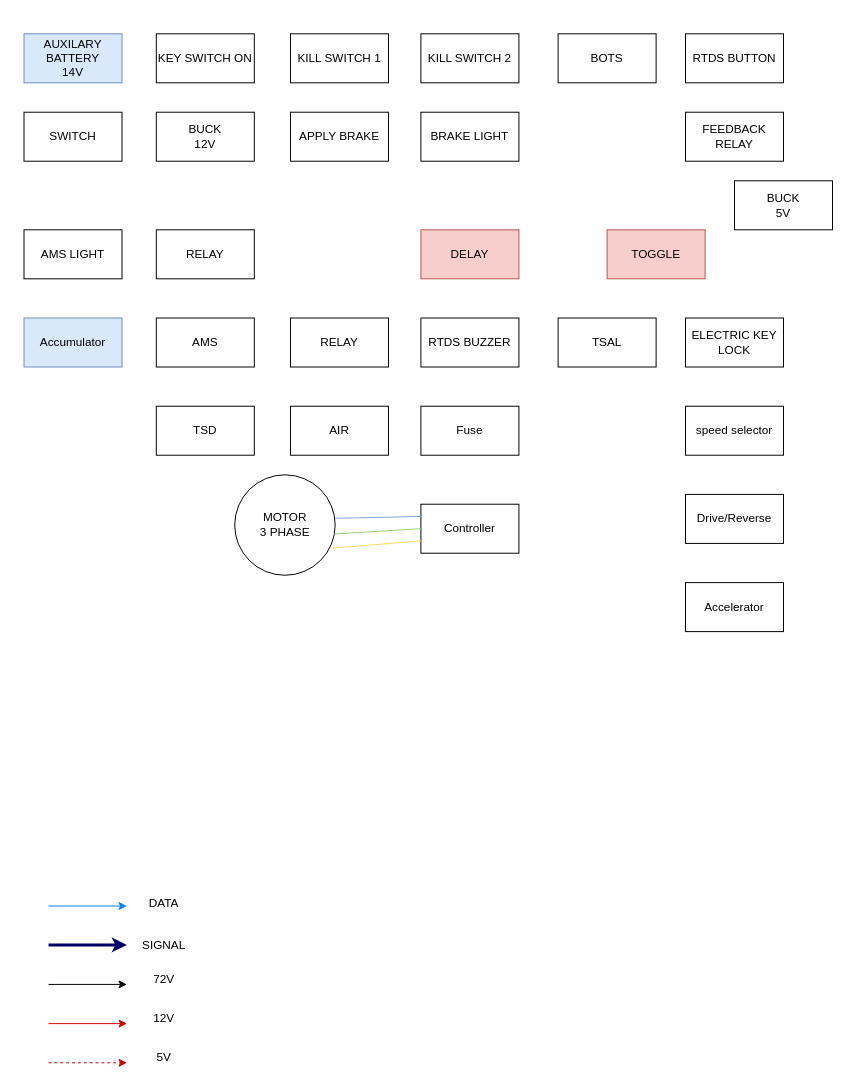
George262004/GKDC keeps this draw.io diagram as Untitled Diagram.drawio. Above is the earlier version. Source tidied: cells renumbered, new cells numbered last; positions are measured from the earlier drawing's top-left corner, leaving out a move shared by most shapes. Both pictures are drawn from the tidied source at 98%, with x=0, y=0 at pixel (24, 33).
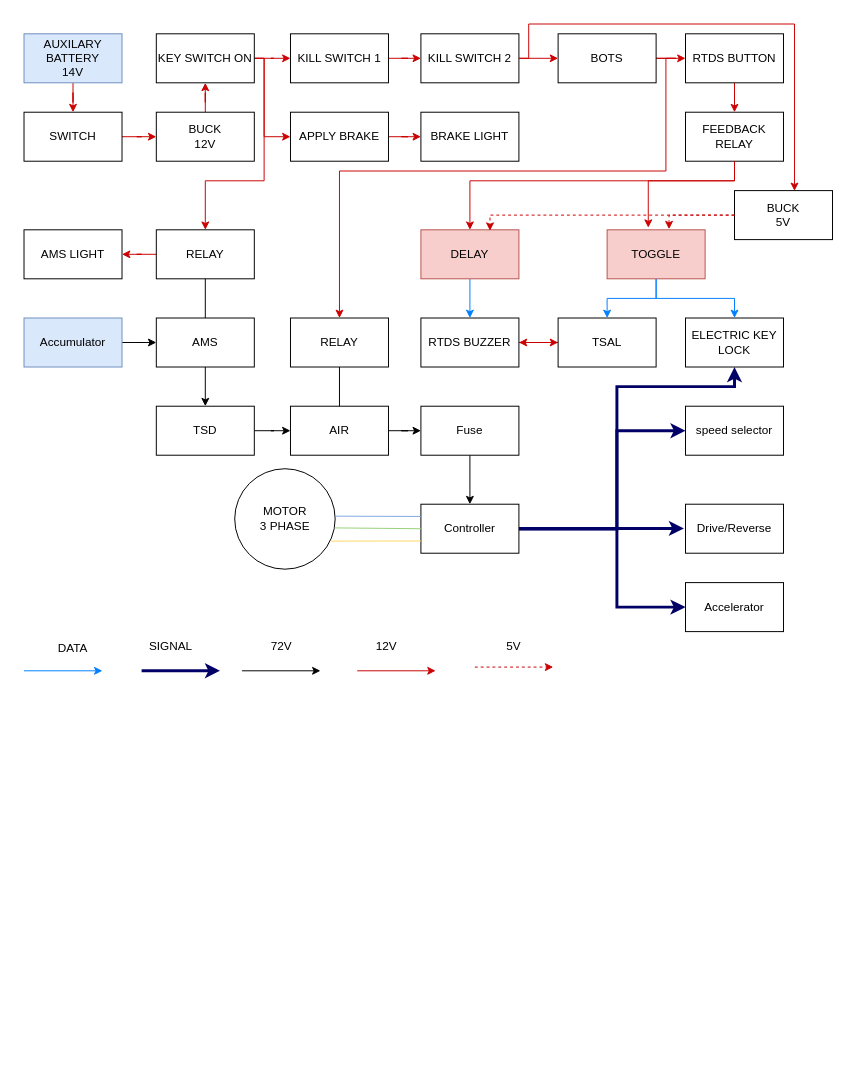
The same page after the edit.

The change refers to these unchanged cells:
```xml
<mxCell id="2" value="AUXILARY BATTERY&lt;br&gt;14V" style="rounded=0;whiteSpace=wrap;html=1;fillColor=#dae8fc;strokeColor=#6c8ebf;" parent="1" vertex="1">
<mxCell id="3" value="BRAKE LIGHT" style="rounded=0;whiteSpace=wrap;html=1;" parent="1" vertex="1">
<mxCell id="4" value="KILL SWITCH 1" style="rounded=0;whiteSpace=wrap;html=1;" parent="1" vertex="1">
<mxCell id="5" value="KILL SWITCH 2" style="rounded=0;whiteSpace=wrap;html=1;" parent="1" vertex="1">
<mxCell id="6" value="BOTS" style="rounded=0;whiteSpace=wrap;html=1;" parent="1" vertex="1">
<mxCell id="7" value="BUCK&lt;br&gt;12V" style="rounded=0;whiteSpace=wrap;html=1;" parent="1" vertex="1">
<mxCell id="8" value="RTDS BUTTON" style="rounded=0;whiteSpace=wrap;html=1;" parent="1" vertex="1">
<mxCell id="9" value="Accumulator" style="rounded=0;whiteSpace=wrap;html=1;fillColor=#dae8fc;strokeColor=#6c8ebf;" parent="1" vertex="1">
<mxCell id="10" value="AIR" style="rounded=0;whiteSpace=wrap;html=1;" parent="1" vertex="1">
<mxCell id="11" value="Fuse" style="rounded=0;whiteSpace=wrap;html=1;" parent="1" vertex="1">
<mxCell id="12" value="Controller" style="rounded=0;whiteSpace=wrap;html=1;" parent="1" vertex="1">
<mxCell id="13" value="Accelerator" style="rounded=0;whiteSpace=wrap;html=1;" parent="1" vertex="1">
<mxCell id="15" value="speed selector" style="rounded=0;whiteSpace=wrap;html=1;" parent="1" vertex="1">
<mxCell id="16" value="SWITCH&lt;br&gt;" style="rounded=0;whiteSpace=wrap;html=1;" parent="1" vertex="1">
<mxCell id="17" value="KEY SWITCH ON" style="rounded=0;whiteSpace=wrap;html=1;" parent="1" vertex="1">
<mxCell id="18" value="APPLY BRAKE" style="rounded=0;whiteSpace=wrap;html=1;" parent="1" vertex="1">
<mxCell id="19" value="FEEDBACK RELAY" style="rounded=0;whiteSpace=wrap;html=1;" parent="1" vertex="1">
<mxCell id="21" value="DELAY" style="rounded=0;whiteSpace=wrap;html=1;fillColor=#f8cecc;strokeColor=#b85450;" parent="1" vertex="1">
<mxCell id="22" value="TOGGLE" style="rounded=0;whiteSpace=wrap;html=1;fillColor=#f8cecc;strokeColor=#b85450;" parent="1" vertex="1">
<mxCell id="23" value="RTDS BUZZER" style="rounded=0;whiteSpace=wrap;html=1;" parent="1" vertex="1">
<mxCell id="24" value="TSAL" style="rounded=0;whiteSpace=wrap;html=1;" parent="1" vertex="1">
<mxCell id="25" value="ELECTRIC KEY LOCK" style="rounded=0;whiteSpace=wrap;html=1;" parent="1" vertex="1">
<mxCell id="26" value="AMS" style="rounded=0;whiteSpace=wrap;html=1;" parent="1" vertex="1">
<mxCell id="27" value="TSD" style="rounded=0;whiteSpace=wrap;html=1;" parent="1" vertex="1">
<mxCell id="28" value="RELAY" style="rounded=0;whiteSpace=wrap;html=1;" parent="1" vertex="1">
<mxCell id="29" value="AMS LIGHT" style="rounded=0;whiteSpace=wrap;html=1;" parent="1" vertex="1">
<mxCell id="30" value="RELAY" style="rounded=0;whiteSpace=wrap;html=1;" parent="1" vertex="1">
```

Change to the diagram source:
```diff
@@
+    <mxCell id="45" style="edgeStyle=orthogonalEdgeStyle;rounded=0;jettySize=auto;html=1;strokeColor=#CC0000;" parent="1" edge="1" source="2" target="16">
+      <mxGeometry relative="1" as="geometry" />
+    </mxCell>
@@
+    <mxCell id="46" style="edgeStyle=orthogonalEdgeStyle;rounded=0;jettySize=auto;html=1;strokeColor=#CC0000;" parent="1" edge="1" source="4" target="5">
+      <mxGeometry relative="1" as="geometry" />
+    </mxCell>
@@
+    <mxCell id="47" style="edgeStyle=orthogonalEdgeStyle;rounded=0;jettySize=auto;html=1;strokeColor=#CC0000;" parent="1" edge="1" source="5" target="6">
+      <mxGeometry relative="1" as="geometry" />
+    </mxCell>
@@
+    <mxCell id="48" style="edgeStyle=orthogonalEdgeStyle;rounded=0;jettySize=auto;html=1;strokeColor=#CC0000;" parent="1" edge="1" source="6" target="8">
+      <mxGeometry relative="1" as="geometry" />
+    </mxCell>
+    <mxCell id="49" style="edgeStyle=orthogonalEdgeStyle;rounded=0;jettySize=auto;html=1;entryX=0.5;entryY=0;entryDx=0;entryDy=0;strokeColor=#CC0000;" parent="1" edge="1" source="6" target="30">
+      <mxGeometry relative="1" as="geometry">
+        <Array as="points">
+          <mxPoint x="655" y="25" />
+          <mxPoint x="655" y="140" />
+          <mxPoint x="322" y="140" />
+        </Array>
+      </mxGeometry>
+    </mxCell>
@@
+    <mxCell id="50" style="edgeStyle=orthogonalEdgeStyle;rounded=0;jettySize=auto;html=1;strokeColor=#CC0000;" parent="1" edge="1" source="7" target="17">
+      <mxGeometry relative="1" as="geometry" />
+    </mxCell>
@@
+    <mxCell id="51" style="edgeStyle=orthogonalEdgeStyle;rounded=0;jettySize=auto;html=1;strokeColor=#CC0000;" parent="1" edge="1" source="8" target="19">
+      <mxGeometry relative="1" as="geometry" />
+    </mxCell>
@@
+    <mxCell id="52" style="edgeStyle=orthogonalEdgeStyle;rounded=0;jettySize=auto;html=1;" parent="1" edge="1" source="9" target="26">
+      <mxGeometry relative="1" as="geometry" />
+    </mxCell>
@@
+    <mxCell id="53" style="edgeStyle=orthogonalEdgeStyle;rounded=0;jettySize=auto;html=1;" parent="1" edge="1" source="10" target="11">
+      <mxGeometry relative="1" as="geometry" />
+    </mxCell>
@@
+    <mxCell id="54" style="edgeStyle=orthogonalEdgeStyle;rounded=0;jettySize=auto;html=1;" parent="1" edge="1" source="11" target="12">
+      <mxGeometry relative="1" as="geometry" />
+    </mxCell>
@@
+    <mxCell id="55" style="edgeStyle=orthogonalEdgeStyle;rounded=0;jettySize=auto;html=1;entryX=0.5;entryY=1;entryDx=0;entryDy=0;strokeWidth=3;strokeColor=#000066;" parent="1" edge="1" source="12" target="25">
+      <mxGeometry relative="1" as="geometry">
+        <Array as="points">
+          <mxPoint x="605" y="505" />
+          <mxPoint x="605" y="360" />
+          <mxPoint x="725" y="360" />
+        </Array>
+      </mxGeometry>
+    </mxCell>
+    <mxCell id="56" style="edgeStyle=orthogonalEdgeStyle;rounded=0;jettySize=auto;html=1;entryX=0;entryY=0.5;entryDx=0;entryDy=0;strokeWidth=3;strokeColor=#000066;" parent="1" edge="1" source="12" target="15">
+      <mxGeometry relative="1" as="geometry">
+        <Array as="points">
+          <mxPoint x="605" y="505" />
+          <mxPoint x="605" y="405" />
+        </Array>
+      </mxGeometry>
+    </mxCell>
+    <mxCell id="57" style="edgeStyle=orthogonalEdgeStyle;rounded=0;jettySize=auto;html=1;entryX=0;entryY=0.5;entryDx=0;entryDy=0;strokeWidth=3;strokeColor=#000066;" parent="1" edge="1" source="12" target="13">
+      <mxGeometry relative="1" as="geometry">
+        <Array as="points">
+          <mxPoint x="605" y="505" />
+          <mxPoint x="605" y="585" />
+        </Array>
+      </mxGeometry>
+    </mxCell>
@@
     <mxCell id="14" value="Drive/Reverse" style="rounded=0;whiteSpace=wrap;html=1;" parent="1" vertex="1">
-      <mxGeometry x="675" y="470" width="100" height="50" as="geometry" />
+      <mxGeometry x="675" y="480" width="100" height="50" as="geometry" />
     </mxCell>
@@
+    <mxCell id="58" style="edgeStyle=orthogonalEdgeStyle;rounded=0;jettySize=auto;html=1;strokeColor=#CC0000;" parent="1" edge="1" source="16" target="7">
+      <mxGeometry relative="1" as="geometry" />
+    </mxCell>
@@
+    <mxCell id="59" style="edgeStyle=orthogonalEdgeStyle;rounded=0;jettySize=auto;html=1;strokeColor=#CC0000;" parent="1" edge="1" source="17" target="4">
+      <mxGeometry relative="1" as="geometry" />
+    </mxCell>
+    <mxCell id="60" style="edgeStyle=orthogonalEdgeStyle;rounded=0;jettySize=auto;html=1;entryX=0;entryY=0.5;entryDx=0;entryDy=0;strokeColor=#CC0000;" parent="1" edge="1" source="17" target="18">
+      <mxGeometry relative="1" as="geometry">
+        <Array as="points">
+          <mxPoint x="245" y="25" />
+          <mxPoint x="245" y="105" />
+        </Array>
+      </mxGeometry>
+    </mxCell>
+    <mxCell id="61" style="edgeStyle=orthogonalEdgeStyle;rounded=0;jettySize=auto;html=1;entryX=0.5;entryY=0;entryDx=0;entryDy=0;strokeColor=#CC0000;" parent="1" edge="1" source="17" target="28">
+      <mxGeometry relative="1" as="geometry">
+        <Array as="points">
+          <mxPoint x="245" y="25" />
+          <mxPoint x="245" y="150" />
+          <mxPoint x="185" y="150" />
+        </Array>
+      </mxGeometry>
+    </mxCell>
@@
+    <mxCell id="62" style="edgeStyle=orthogonalEdgeStyle;rounded=0;jettySize=auto;html=1;strokeColor=#CC0000;" parent="1" edge="1" source="18" target="3">
+      <mxGeometry relative="1" as="geometry" />
+    </mxCell>
@@
+    <mxCell id="63" style="edgeStyle=orthogonalEdgeStyle;rounded=0;jettySize=auto;html=1;entryX=0.5;entryY=0;entryDx=0;entryDy=0;strokeColor=#CC0000;" parent="1" edge="1" source="19" target="21">
+      <mxGeometry relative="1" as="geometry">
+        <Array as="points">
+          <mxPoint x="725" y="150" />
+          <mxPoint x="455" y="150" />
+        </Array>
+      </mxGeometry>
+    </mxCell>
@@
     <mxCell id="20" value="BUCK&lt;br&gt;5V" style="rounded=0;whiteSpace=wrap;html=1;" parent="1" vertex="1">
-      <mxGeometry x="725" y="150" width="100" height="50" as="geometry" />
+      <mxGeometry x="725" y="160" width="100" height="50" as="geometry" />
     </mxCell>
+    <mxCell id="64" style="edgeStyle=orthogonalEdgeStyle;rounded=0;jettySize=auto;html=1;strokeColor=#007FFF;" parent="1" edge="1" source="21" target="23">
+      <mxGeometry relative="1" as="geometry" />
+    </mxCell>
@@
+    <mxCell id="65" style="edgeStyle=orthogonalEdgeStyle;rounded=0;jettySize=auto;html=1;entryX=0.5;entryY=0;entryDx=0;entryDy=0;strokeColor=#007FFF;" parent="1" edge="1" source="22" target="24">
+      <mxGeometry relative="1" as="geometry" />
+    </mxCell>
+    <mxCell id="66" style="edgeStyle=orthogonalEdgeStyle;rounded=0;jettySize=auto;html=1;entryX=0.5;entryY=0;entryDx=0;entryDy=0;strokeColor=#007FFF;" parent="1" edge="1" source="22" target="25">
+      <mxGeometry relative="1" as="geometry" />
+    </mxCell>
@@
+    <mxCell id="67" style="edgeStyle=orthogonalEdgeStyle;rounded=0;jettySize=auto;html=1;entryX=0;entryY=0.5;entryDx=0;entryDy=0;strokeColor=#CC0000;" parent="1" edge="1" source="23" target="24">
+      <mxGeometry relative="1" as="geometry" />
+    </mxCell>
@@
+    <mxCell id="68" style="edgeStyle=orthogonalEdgeStyle;rounded=0;jettySize=auto;html=1;strokeColor=#CC0000;" parent="1" edge="1" source="24" target="23">
+      <mxGeometry relative="1" as="geometry" />
+    </mxCell>
@@
+    <mxCell id="69" style="edgeStyle=orthogonalEdgeStyle;rounded=0;jettySize=auto;html=1;" parent="1" edge="1" source="26" target="27">
+      <mxGeometry relative="1" as="geometry" />
+    </mxCell>
@@
+    <mxCell id="70" style="edgeStyle=orthogonalEdgeStyle;rounded=0;jettySize=auto;html=1;entryX=0;entryY=0.5;entryDx=0;entryDy=0;" parent="1" edge="1" source="27" target="10">
+      <mxGeometry relative="1" as="geometry" />
+    </mxCell>
@@
+    <mxCell id="71" style="edgeStyle=orthogonalEdgeStyle;rounded=0;jettySize=auto;html=1;strokeColor=#CC0000;" parent="1" edge="1" source="28" target="29">
+      <mxGeometry relative="1" as="geometry" />
+    </mxCell>
@@
     <mxCell id="31" value="MOTOR&lt;br&gt;3 PHASE" style="ellipse;whiteSpace=wrap;html=1;" parent="1" vertex="1">
-      <mxGeometry x="215" y="450" width="102.5" height="102.5" as="geometry" />
+      <mxGeometry x="215" y="443.8" width="102.5" height="102.5" as="geometry" />
     </mxCell>
-    <mxCell id="32" style="endArrow=none;html=1;rounded=0;entryX=0;entryY=0.25;entryDx=0;entryDy=0;exitX=1.002;exitY=0.433;exitDx=0;exitDy=0;exitPerimeter=0;strokeColor=#7EA6E0;" parent="1" edge="1" source="31" target="12">
+    <mxCell id="32" style="endArrow=none;html=1;rounded=0;entryX=0;entryY=0.25;entryDx=0;entryDy=0;strokeColor=#7EA6E0;exitX=1;exitY=0.472;exitDx=0;exitDy=0;exitPerimeter=0;" parent="1" edge="1" source="31" target="12">
       <mxGeometry relative="1" as="geometry" />
     </mxCell>
@@
-    <mxCell id="34" style="endArrow=none;html=1;rounded=0;exitX=0.956;exitY=0.731;exitDx=0;exitDy=0;exitPerimeter=0;entryX=0;entryY=0.75;entryDx=0;entryDy=0;strokeColor=#FFD966;" parent="1" edge="1" source="31" target="12">
+    <mxCell id="34" style="endArrow=none;html=1;rounded=0;exitX=0.958;exitY=0.721;exitDx=0;exitDy=0;exitPerimeter=0;entryX=0;entryY=0.75;entryDx=0;entryDy=0;strokeColor=#FFD966;" parent="1" edge="1" source="31" target="12">
       <mxGeometry relative="1" as="geometry" />
     </mxCell>
     <mxCell id="35" style="endArrow=classic;html=1;rounded=0;strokeColor=#007FFF;" parent="1" edge="1">
       <mxGeometry relative="1" as="geometry">
-        <mxPoint x="25" y="890" as="sourcePoint" />
-        <mxPoint x="105" y="890" as="targetPoint" />
+        <mxPoint y="650" as="sourcePoint" />
+        <mxPoint x="80" y="650" as="targetPoint" />
       </mxGeometry>
     </mxCell>
     <mxCell id="36" style="endArrow=classic;html=1;rounded=0;strokeColor=#000066;strokeWidth=3;" parent="1" edge="1">
       <mxGeometry relative="1" as="geometry">
-        <mxPoint x="25" y="929.7" as="sourcePoint" />
-        <mxPoint x="105" y="929.7" as="targetPoint" />
+        <mxPoint x="120" y="650" as="sourcePoint" />
+        <mxPoint x="200" y="650" as="targetPoint" />
       </mxGeometry>
     </mxCell>
     <mxCell id="37" style="endArrow=classic;html=1;rounded=0;" parent="1" edge="1">
       <mxGeometry relative="1" as="geometry">
-        <mxPoint x="25" y="970" as="sourcePoint" />
-        <mxPoint x="105" y="970" as="targetPoint" />
+        <mxPoint x="222.5" y="650" as="sourcePoint" />
+        <mxPoint x="302.5" y="650" as="targetPoint" />
       </mxGeometry>
     </mxCell>
     <mxCell id="38" style="endArrow=classic;html=1;rounded=0;strokeColor=#CC0000;" parent="1" edge="1">
       <mxGeometry relative="1" as="geometry">
-        <mxPoint x="25" y="1010" as="sourcePoint" />
-        <mxPoint x="105" y="1010" as="targetPoint" />
+        <mxPoint x="340" y="650" as="sourcePoint" />
+        <mxPoint x="420" y="650" as="targetPoint" />
       </mxGeometry>
     </mxCell>
     <mxCell id="39" style="endArrow=classic;html=1;rounded=0;strokeColor=#CC0000;dashed=1;" parent="1" edge="1">
       <mxGeometry relative="1" as="geometry">
-        <mxPoint x="25" y="1050" as="sourcePoint" />
-        <mxPoint x="105" y="1050" as="targetPoint" />
+        <mxPoint x="460" y="646.2" as="sourcePoint" />
+        <mxPoint x="540" y="646.2" as="targetPoint" />
       </mxGeometry>
     </mxCell>
     <mxCell id="40" value="DATA" style="text;strokeColor=none;align=center;fillColor=none;html=1;verticalAlign=middle;whiteSpace=wrap;rounded=0;" parent="1" vertex="1">
-      <mxGeometry x="102.5" y="870" width="80" height="33.8" as="geometry" />
+      <mxGeometry x="10" y="610" width="80" height="33.8" as="geometry" />
     </mxCell>
     <mxCell id="41" value="SIGNAL" style="text;strokeColor=none;align=center;fillColor=none;html=1;verticalAlign=middle;whiteSpace=wrap;rounded=0;" parent="1" vertex="1">
-      <mxGeometry x="112.5" y="915" width="60" height="30" as="geometry" />
+      <mxGeometry x="120" y="610" width="60" height="30" as="geometry" />
     </mxCell>
     <mxCell id="42" value="72V" style="text;strokeColor=none;align=center;fillColor=none;html=1;verticalAlign=middle;whiteSpace=wrap;rounded=0;" parent="1" vertex="1">
-      <mxGeometry x="112.5" y="950" width="60" height="30" as="geometry" />
+      <mxGeometry x="232.5" y="610" width="60" height="30" as="geometry" />
     </mxCell>
     <mxCell id="43" value="12V" style="text;strokeColor=none;align=center;fillColor=none;html=1;verticalAlign=middle;whiteSpace=wrap;rounded=0;" parent="1" vertex="1">
-      <mxGeometry x="112.5" y="990" width="60" height="30" as="geometry" />
+      <mxGeometry x="340" y="610" width="60" height="30" as="geometry" />
     </mxCell>
     <mxCell id="44" value="5V" style="text;strokeColor=none;align=center;fillColor=none;html=1;verticalAlign=middle;whiteSpace=wrap;rounded=0;" parent="1" vertex="1">
-      <mxGeometry x="112.5" y="1030" width="60" height="30" as="geometry" />
+      <mxGeometry x="470" y="610" width="60" height="30" as="geometry" />
     </mxCell>
+    <mxCell id="72" style="edgeStyle=orthogonalEdgeStyle;rounded=0;jettySize=auto;html=1;entryX=0.612;entryY=0.007;entryDx=0;entryDy=0;entryPerimeter=0;strokeColor=#CC0000;" parent="1" edge="1" source="5" target="20">
+      <mxGeometry relative="1" as="geometry">
+        <Array as="points">
+          <mxPoint x="515" y="25" />
+          <mxPoint x="515" y="-10" />
+          <mxPoint x="786" y="-10" />
+        </Array>
+      </mxGeometry>
+    </mxCell>
+    <mxCell id="73" style="edgeStyle=orthogonalEdgeStyle;rounded=0;jettySize=auto;html=1;entryX=0.42;entryY=-0.043;entryDx=0;entryDy=0;entryPerimeter=0;strokeColor=#CC0000;" parent="1" edge="1" source="19" target="22">
+      <mxGeometry relative="1" as="geometry">
+        <Array as="points">
+          <mxPoint x="725" y="150" />
+          <mxPoint x="637" y="150" />
+        </Array>
+      </mxGeometry>
+    </mxCell>
+    <mxCell id="74" style="edgeStyle=orthogonalEdgeStyle;rounded=0;jettySize=auto;html=1;entryX=0.705;entryY=0.019;entryDx=0;entryDy=0;entryPerimeter=0;strokeColor=#CC0000;dashed=1;" parent="1" edge="1" source="20" target="21">
+      <mxGeometry relative="1" as="geometry">
+        <Array as="points">
+          <mxPoint x="475" y="185" />
+        </Array>
+      </mxGeometry>
+    </mxCell>
+    <mxCell id="75" style="edgeStyle=orthogonalEdgeStyle;rounded=0;jettySize=auto;html=1;entryX=0.632;entryY=-0.012;entryDx=0;entryDy=0;entryPerimeter=0;dashed=1;strokeColor=#CC0000;" parent="1" edge="1" source="20" target="22">
+      <mxGeometry relative="1" as="geometry">
+        <Array as="points">
+          <mxPoint x="658" y="185" />
+        </Array>
+      </mxGeometry>
+    </mxCell>
+    <mxCell id="76" style="endArrow=none;html=1;rounded=0;entryX=0.5;entryY=1;entryDx=0;entryDy=0;exitX=0.5;exitY=0;exitDx=0;exitDy=0;" parent="1" edge="1" source="26" target="28">
+      <mxGeometry relative="1" as="geometry" />
+    </mxCell>
+    <mxCell id="77" style="endArrow=none;html=1;rounded=0;exitX=0.5;exitY=1;exitDx=0;exitDy=0;entryX=0.5;entryY=0;entryDx=0;entryDy=0;" parent="1" edge="1" source="30" target="10">
+      <mxGeometry relative="1" as="geometry" />
+    </mxCell>
+    <mxCell id="78" style="edgeStyle=orthogonalEdgeStyle;rounded=0;jettySize=auto;html=1;entryX=-0.016;entryY=0.494;entryDx=0;entryDy=0;entryPerimeter=0;strokeWidth=3;strokeColor=#000066;" parent="1" edge="1" source="12" target="14">
+      <mxGeometry relative="1" as="geometry">
+        <Array as="points">
+          <mxPoint x="673" y="505" />
+        </Array>
+      </mxGeometry>
+    </mxCell>
```
